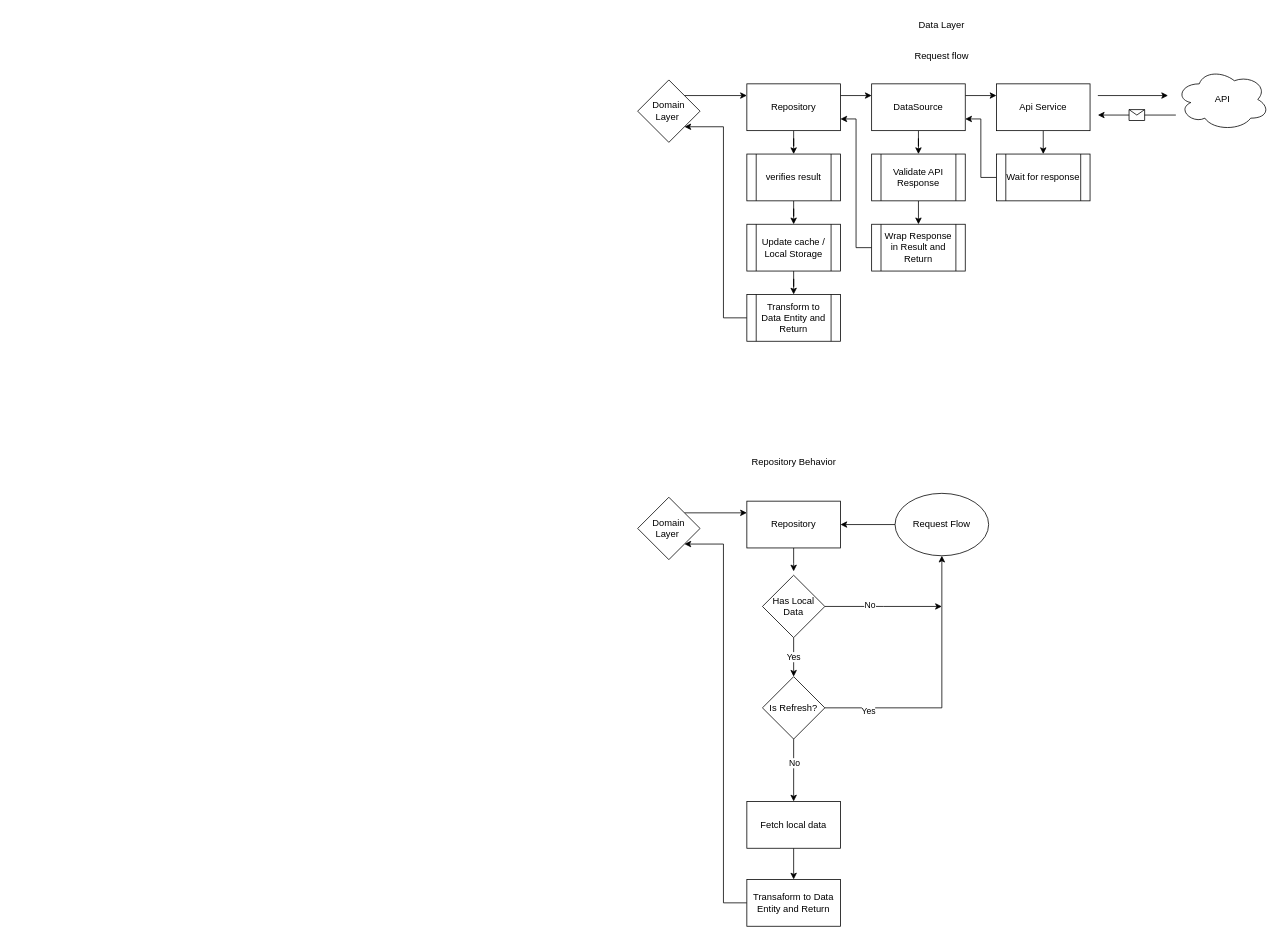
Earlier version of the draw.io diagram android_data_flow.drawio (driff/AndroidArchTemplate). Source tidied: cells renumbered, new cells numbered last; positions are measured from the earlier drawing's top-left corner, leaving out a move shared by most shapes. Both pictures are drawn from the tidied source at 78%, with x=0, y=0 at pixel (637, 13).
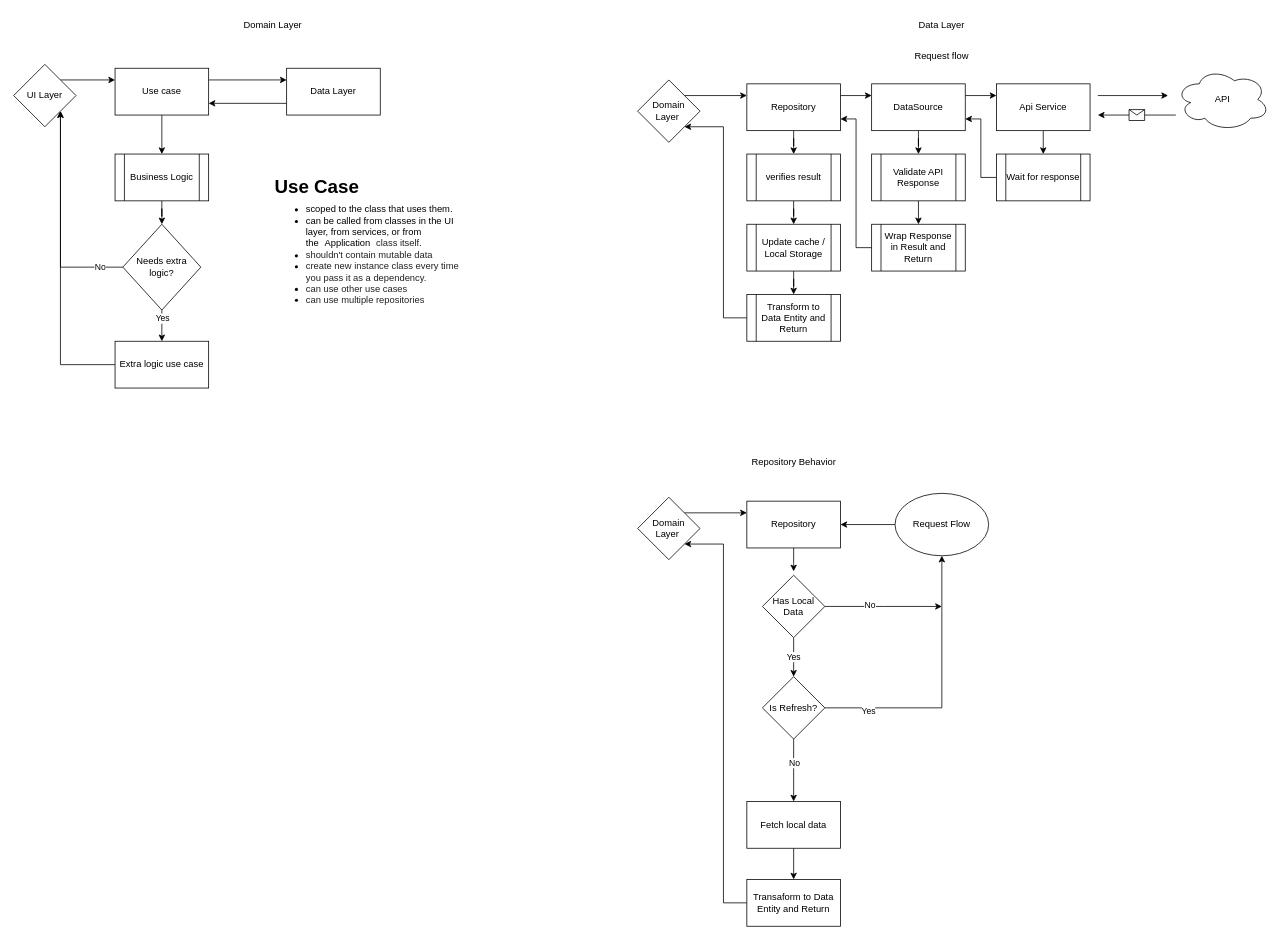
The same page after the edit.

What changed in the source:
```diff
@@
+    <mxCell id="50" value="Domain Layer" style="text;html=1;strokeColor=none;fillColor=none;align=center;verticalAlign=middle;whiteSpace=wrap;rounded=0;" parent="1" vertex="1">
+      <mxGeometry x="-520" width="105" height="30" as="geometry" />
+    </mxCell>
+    <mxCell id="51" style="edgeStyle=orthogonalEdgeStyle;rounded=0;jettySize=auto;html=1;exitX=1;exitY=0;exitDx=0;exitDy=0;entryX=0;entryY=0.25;entryDx=0;entryDy=0;" parent="1" edge="1" source="52" target="55">
+      <mxGeometry relative="1" as="geometry" />
+    </mxCell>
+    <mxCell id="52" value="UI Layer" style="rhombus;whiteSpace=wrap;html=1;" parent="1" vertex="1">
+      <mxGeometry x="-800" y="65" width="80" height="80" as="geometry" />
+    </mxCell>
+    <mxCell id="53" style="edgeStyle=orthogonalEdgeStyle;rounded=0;jettySize=auto;html=1;exitX=1;exitY=0.25;exitDx=0;exitDy=0;entryX=0;entryY=0.25;entryDx=0;entryDy=0;" parent="1" edge="1" source="55" target="57">
+      <mxGeometry relative="1" as="geometry" />
+    </mxCell>
+    <mxCell id="54" style="edgeStyle=orthogonalEdgeStyle;rounded=0;jettySize=auto;html=1;" parent="1" edge="1" source="55" target="59">
+      <mxGeometry relative="1" as="geometry" />
+    </mxCell>
+    <mxCell id="55" value="Use case" style="rounded=0;whiteSpace=wrap;html=1;" parent="1" vertex="1">
+      <mxGeometry x="-670" y="70" width="120" height="60" as="geometry" />
+    </mxCell>
+    <mxCell id="56" style="edgeStyle=orthogonalEdgeStyle;rounded=0;jettySize=auto;html=1;exitX=0;exitY=0.75;exitDx=0;exitDy=0;entryX=1;entryY=0.75;entryDx=0;entryDy=0;" parent="1" edge="1" source="57" target="55">
+      <mxGeometry relative="1" as="geometry" />
+    </mxCell>
+    <mxCell id="57" value="Data Layer" style="rounded=0;whiteSpace=wrap;html=1;" parent="1" vertex="1">
+      <mxGeometry x="-450" y="70" width="120" height="60" as="geometry" />
+    </mxCell>
+    <mxCell id="58" style="edgeStyle=orthogonalEdgeStyle;rounded=0;jettySize=auto;html=1;" parent="1" edge="1" source="59" target="63">
+      <mxGeometry relative="1" as="geometry" />
+    </mxCell>
+    <mxCell id="59" value="Business Logic" style="shape=process;whiteSpace=wrap;html=1;backgroundOutline=1;" parent="1" vertex="1">
+      <mxGeometry x="-670" y="180" width="120" height="60" as="geometry" />
+    </mxCell>
+    <mxCell id="60" style="edgeStyle=orthogonalEdgeStyle;rounded=0;jettySize=auto;html=1;" parent="1" edge="1" source="63" target="65">
+      <mxGeometry relative="1" as="geometry" />
+    </mxCell>
+    <mxCell id="61" value="Yes" style="edgeLabel;html=1;align=center;verticalAlign=middle;" parent="60" vertex="1">
+      <mxGeometry x="0.13" y="1" relative="1" as="geometry">
+        <mxPoint x="-1" y="-13" as="offset" />
+      </mxGeometry>
+    </mxCell>
+    <mxCell id="62" value="No" style="edgeStyle=orthogonalEdgeStyle;rounded=0;jettySize=auto;html=1;exitX=0;exitY=0.5;exitDx=0;exitDy=0;entryX=1;entryY=1;entryDx=0;entryDy=0;" parent="1" edge="1" source="63" target="52">
+      <mxGeometry x="-0.79" relative="1" as="geometry" />
+    </mxCell>
+    <mxCell id="63" value="Needs extra logic?" style="rhombus;whiteSpace=wrap;html=1;" parent="1" vertex="1">
+      <mxGeometry x="-660" y="270" width="100" height="110" as="geometry" />
+    </mxCell>
+    <mxCell id="64" style="edgeStyle=orthogonalEdgeStyle;rounded=0;jettySize=auto;html=1;entryX=1;entryY=1;entryDx=0;entryDy=0;" parent="1" edge="1" source="65" target="52">
+      <mxGeometry relative="1" as="geometry" />
+    </mxCell>
+    <mxCell id="65" value="Extra logic use case" style="whiteSpace=wrap;html=1;" parent="1" vertex="1">
+      <mxGeometry x="-670" y="420" width="120" height="60" as="geometry" />
+    </mxCell>
+    <mxCell id="66" value="&lt;h1 style=&quot;line-height: 50%;&quot;&gt;&lt;span style=&quot;background-color: initial;&quot;&gt;Use Case&lt;/span&gt;&lt;/h1&gt;&lt;div&gt;&lt;ul&gt;&lt;li style=&quot;border-color: var(--border-color);&quot;&gt;scoped to the class that uses them.&lt;/li&gt;&lt;li&gt;can be called from classes in the UI layer, from services, or from the&amp;nbsp;&lt;code style=&quot;box-sizing: inherit; background: var(--devsite-code-background); color: var(--devsite-code-color); padding: var(--devsite-inline-code-padding,1px 4px); border: var(--devsite-inline-code-border,0); border-radius: var(--devsite-inline-code-border-radius,0); word-break: break-word; direction: ltr !important;&quot; dir=&quot;ltr&quot; translate=&quot;no&quot;&gt;&lt;font face=&quot;Helvetica&quot;&gt;Application&lt;/font&gt;&lt;/code&gt;&lt;span style=&quot;color: rgb(32, 33, 36); background-color: rgb(255, 255, 255);&quot;&gt;&amp;nbsp;class itself.&lt;/span&gt;&lt;/li&gt;&lt;li&gt;&lt;span style=&quot;color: rgb(32, 33, 36); background-color: rgb(255, 255, 255);&quot;&gt;shouldn't contain mutable data&lt;br&gt;&lt;/span&gt;&lt;/li&gt;&lt;li&gt;&lt;span style=&quot;color: rgb(32, 33, 36); background-color: rgb(255, 255, 255);&quot;&gt;create new instance class every time you pass it as a dependency.&lt;br&gt;&lt;/span&gt;&lt;/li&gt;&lt;li&gt;&lt;span style=&quot;color: rgb(32, 33, 36); background-color: rgb(255, 255, 255);&quot;&gt;can use other use cases&lt;/span&gt;&lt;/li&gt;&lt;li&gt;&lt;span style=&quot;color: rgb(32, 33, 36); background-color: rgb(255, 255, 255);&quot;&gt;can use multiple repositories&lt;/span&gt;&lt;/li&gt;&lt;/ul&gt;&lt;/div&gt;" style="text;html=1;strokeColor=none;fillColor=none;spacing=5;spacingTop=-20;whiteSpace=wrap;overflow=hidden;rounded=0;" parent="1" vertex="1">
+      <mxGeometry x="-470" y="210" width="260" height="220" as="geometry" />
+    </mxCell>
```
